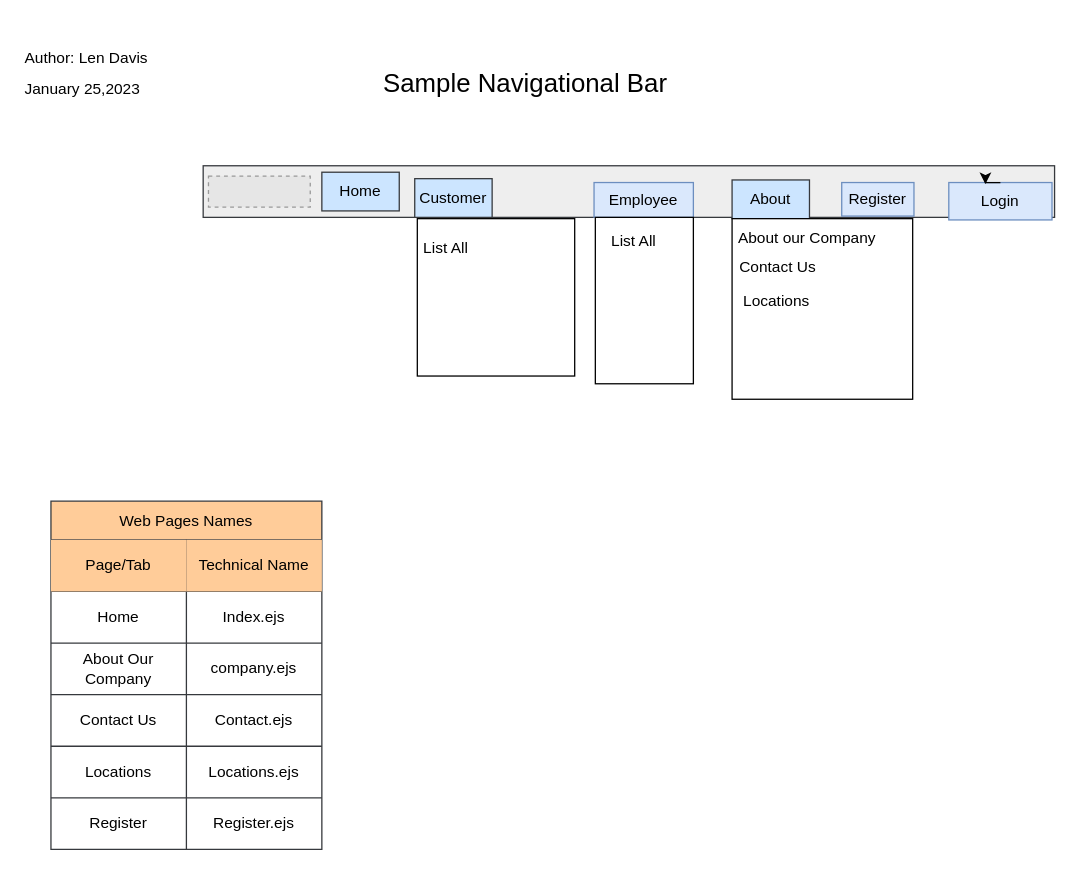
Above: Documents/ProductsAreUsFeb4.drawio in kempensp/bdpaapr1 (draw.io), before the change. Source tidied: cells renumbered, new cells numbered last; positions are measured from the earlier drawing's top-left corner, leaving out a move shared by most shapes. Both pictures are drawn from the tidied source at 129%, with x=0, y=0 at pixel (22, 49). Pictures stored in the file or linked from it are replaced by grey dashed boxes.
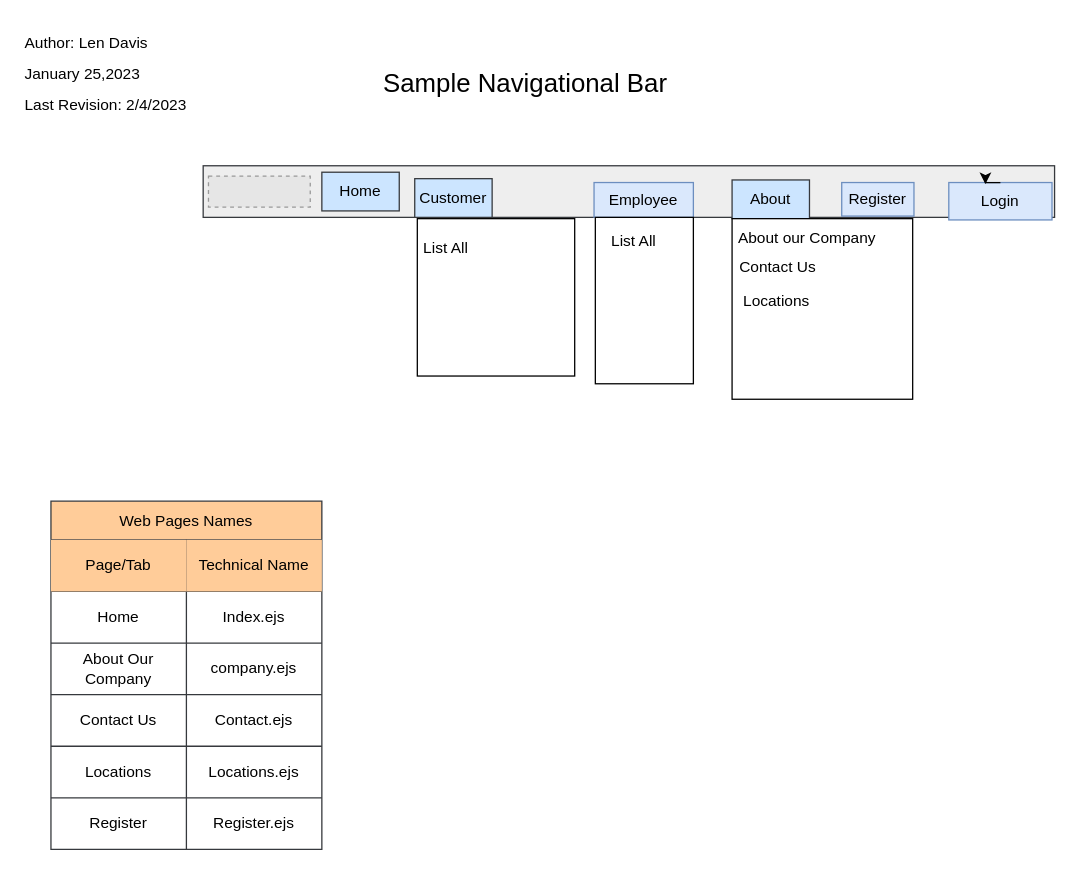
Above is the later version.

What changed in the source:
```diff
@@
-    <mxCell id="31" value="&lt;font style=&quot;font-size: 12px;&quot;&gt;Author: Len Davis&lt;br&gt;January 25,2023&lt;/font&gt;" style="text;strokeColor=none;align=left;fillColor=none;html=1;verticalAlign=middle;whiteSpace=wrap;rounded=0;fontSize=20;" parent="1" vertex="1">
+    <mxCell id="31" value="&lt;font style=&quot;font-size: 12px;&quot;&gt;Author: Len Davis&lt;br&gt;January 25,2023&lt;br&gt;Last Revision: 2/4/2023&lt;br&gt;&lt;/font&gt;" style="text;strokeColor=none;align=left;fillColor=none;html=1;verticalAlign=middle;whiteSpace=wrap;rounded=0;fontSize=20;" parent="1" vertex="1">
       <mxGeometry width="210" height="30" as="geometry" />
     </mxCell>
```
